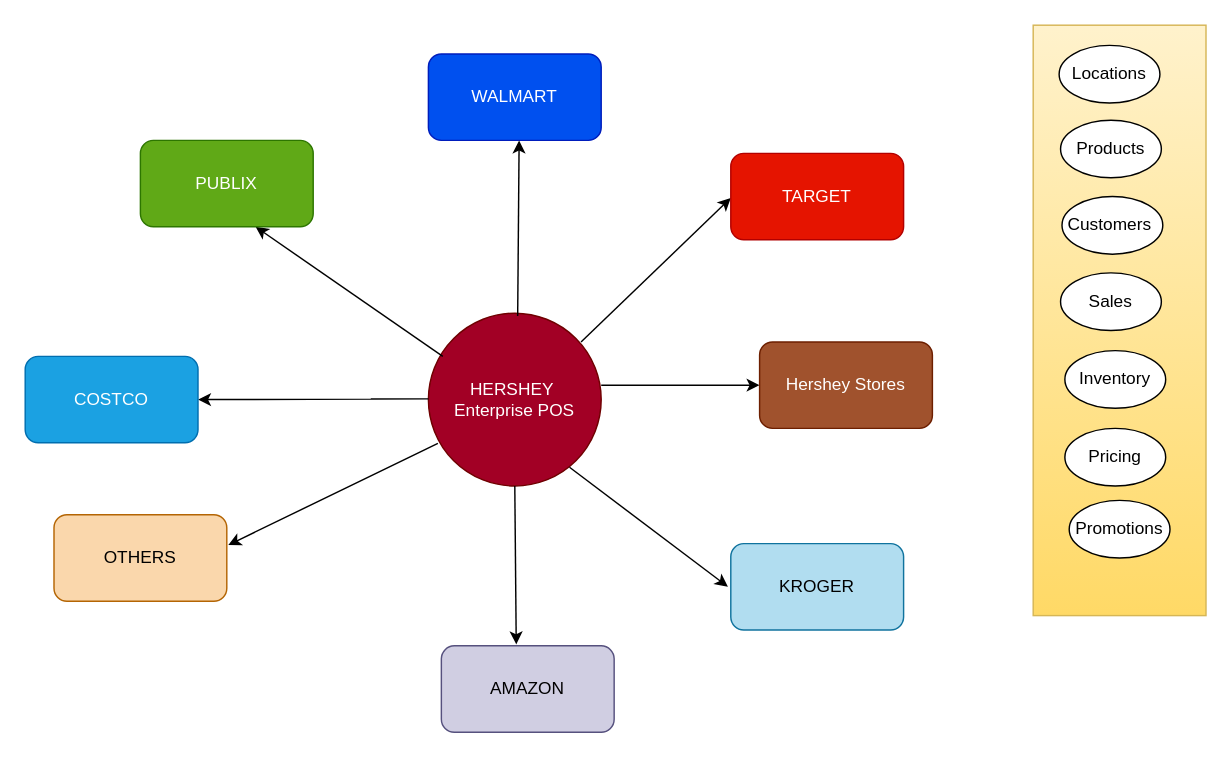
Above: HersheyPOS.drawio in ashokdcosta/diagrams (draw.io), before the change. Source tidied: cells renumbered, new cells numbered last; positions are measured from the earlier drawing's top-left corner, leaving out a move shared by most shapes. Both pictures are drawn from the tidied source at 144%, with x=0, y=0 at pixel (24, 24).
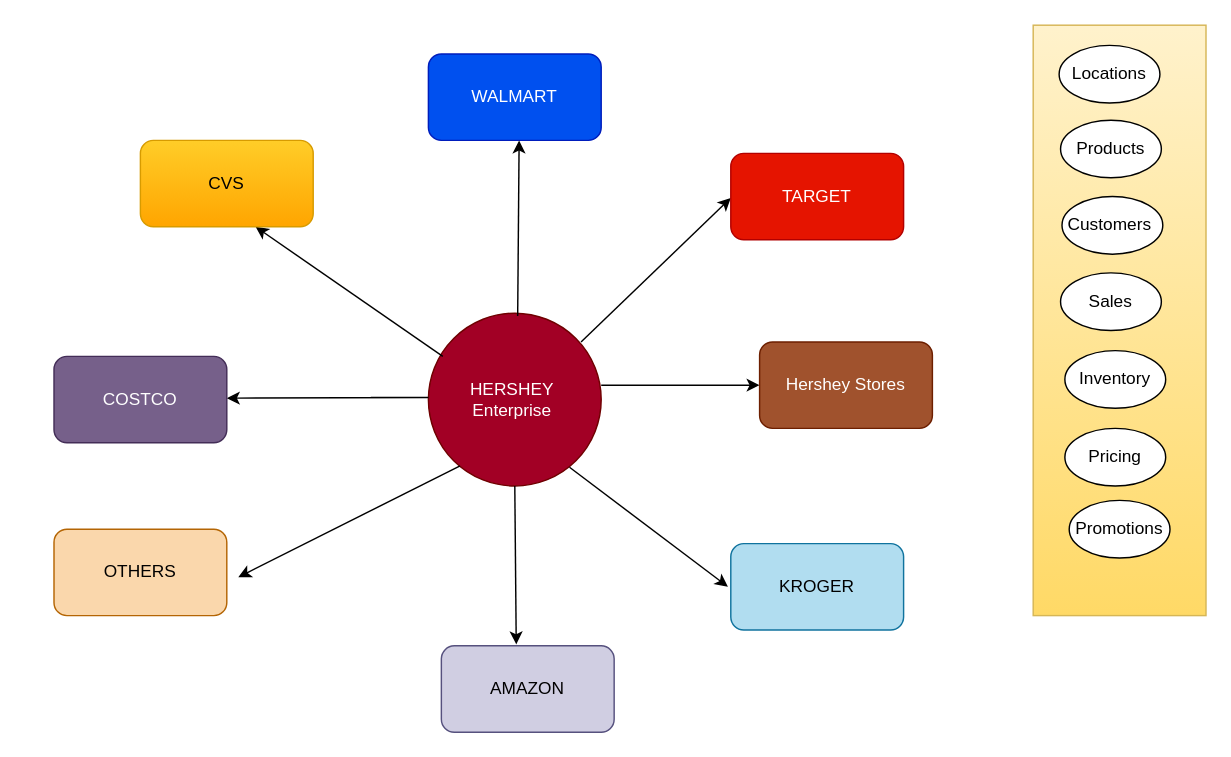
After the change.

What changed in the source:
```diff
@@
-    <mxCell id="2" value="HERSHEY&amp;nbsp;&lt;div&gt;Enterprise POS&lt;/div&gt;" style="ellipse;whiteSpace=wrap;html=1;fillColor=#a20025;fontColor=#ffffff;strokeColor=#6F0000;" parent="1" vertex="1">
+    <mxCell id="2" value="HERSHEY&amp;nbsp;&lt;div&gt;Enterprise&amp;nbsp;&lt;/div&gt;" style="ellipse;whiteSpace=wrap;html=1;fillColor=#a20025;fontColor=#ffffff;strokeColor=#6F0000;" parent="1" vertex="1">
       <mxGeometry x="280" y="200" width="120" height="120" as="geometry" />
     </mxCell>
@@
-    <mxCell id="12" style="endArrow=classic;html=1;rounded=0;" parent="1" edge="1">
+    <mxCell id="12" style="endArrow=classic;html=1;rounded=0;entryX=1;entryY=0.5;entryDx=0;entryDy=0;" parent="1" edge="1">
       <mxGeometry relative="1" as="geometry">
-        <mxPoint x="240" y="259.5" as="sourcePoint" />
-        <mxPoint x="120" y="260" as="targetPoint" />
+        <mxPoint x="240" y="258.5" as="sourcePoint" />
+        <mxPoint x="140" y="259" as="targetPoint" />
         <Array as="points">
-          <mxPoint x="280" y="259.5" />
+          <mxPoint x="280" y="258.5" />
         </Array>
       </mxGeometry>
     </mxCell>
@@
-    <mxCell id="14" style="endArrow=classic;html=1;rounded=0;exitX=0.047;exitY=0.828;exitDx=0;exitDy=0;exitPerimeter=0;" parent="1" edge="1">
+    <mxCell id="14" style="endArrow=classic;html=1;rounded=0;exitX=0.208;exitY=0.9;exitDx=0;exitDy=0;exitPerimeter=0;" parent="1" edge="1">
       <mxGeometry relative="1" as="geometry">
-        <mxPoint x="286.6" y="290.4" as="sourcePoint" />
-        <mxPoint x="141" y="361" as="targetPoint" />
+        <mxPoint x="302" y="306" as="sourcePoint" />
+        <mxPoint x="148" y="383.3" as="targetPoint" />
       </mxGeometry>
     </mxCell>
-    <mxCell id="15" value="PUBLIX" style="rounded=1;whiteSpace=wrap;html=1;fillColor=#60a917;fontColor=#ffffff;strokeColor=#2D7600;" parent="1" vertex="1">
+    <mxCell id="15" value="CVS" style="rounded=1;whiteSpace=wrap;html=1;fillColor=#ffcd28;strokeColor=#d79b00;gradientColor=#ffa500;" parent="1" vertex="1">
       <mxGeometry x="80" y="80" width="120" height="60" as="geometry" />
     </mxCell>
-    <mxCell id="16" value="COSTCO" style="rounded=1;whiteSpace=wrap;html=1;fillColor=#1ba1e2;fontColor=#ffffff;strokeColor=#006EAF;" parent="1" vertex="1">
-      <mxGeometry y="230" width="120" height="60" as="geometry" />
+    <mxCell id="16" value="COSTCO" style="rounded=1;whiteSpace=wrap;html=1;fillColor=#76608a;fontColor=#ffffff;strokeColor=#432D57;" parent="1" vertex="1">
+      <mxGeometry x="20" y="230" width="120" height="60" as="geometry" />
     </mxCell>
     <mxCell id="17" value="OTHERS" style="rounded=1;whiteSpace=wrap;html=1;fillColor=#fad7ac;strokeColor=#b46504;" parent="1" vertex="1">
-      <mxGeometry x="20" y="340" width="120" height="60" as="geometry" />
+      <mxGeometry x="20" y="350" width="120" height="60" as="geometry" />
     </mxCell>
```
